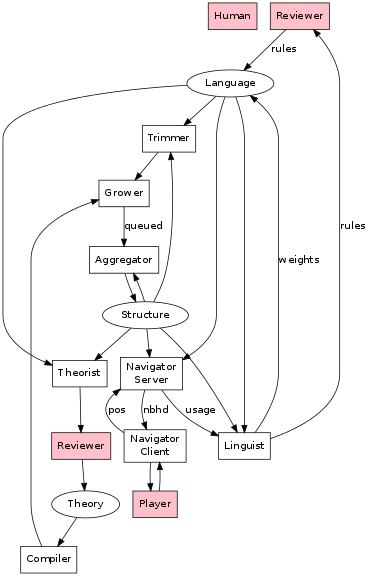
Earlier version of the Graphviz export doc/architecture.png (fritzo/pomagma). Its source is kept beside it as doc/architecture.dot.
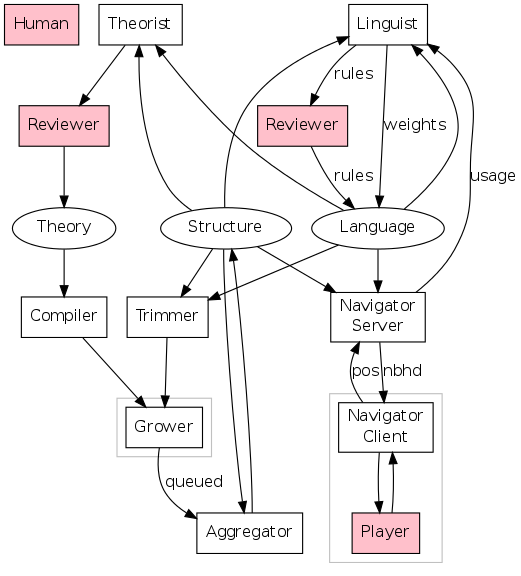
After the commit.

Commit message:
Tweak architecture diagram

Diff of the diagram source:
```diff
@@ -8,9 +8,15 @@
 	lang_reviewer [label="Reviewer", style=filled, fillcolor=pink];
 	theory_reviewer [label="Reviewer", style=filled, fillcolor=pink];
 
-	subgraph _cluster_grower {
+	{
+		rank="min";
+	 	Theorist;
+		Linguist;
+	}
+
+	subgraph cluster_grower {
 		color = gray;
-		Grower;
+		{ rank="min"; Grower; }
 	}
 
 	Structure -> Trimmer;
@@ -22,16 +28,18 @@
 
 	Structure -> Theorist;
 	Language ->  Theorist;
-	Theorist -> theory_reviewer -> Theory -> Compiler -> Grower;
+	Theorist -> theory_reviewer;
+	theory_reviewer -> Theory;
+	Theory -> Compiler -> Grower;
 
 	Structure -> Linguist;
 	Language -> Linguist;
 	Linguist -> Language [label="weights"];
 	Linguist -> lang_reviewer -> Language [label="rules"];
 
-	subgraph _cluster_navigator {
+	subgraph cluster_navigator {
 		color = gray;
-		Player [style=filled, fillcolor=pink];
+		{ rank="max"; Player [style=filled, fillcolor=pink]; }
 		nav_client [label="Navigator\nClient"];
 		nav_client -> Player;
 		Player -> nav_client;
@@ -44,7 +52,10 @@
 	Language -> nav_server;
 	nav_server -> Linguist [label="usage"];
 
-	Language [shape=ellipse];
-	Theory [shape=ellipse];
-	Structure [shape=ellipse];
+	{
+	 	rank="same";
+		Language [shape=ellipse, rank="min"];
+		Theory [shape=ellipse];
+		Structure [shape=ellipse];
+	}
 }
```
